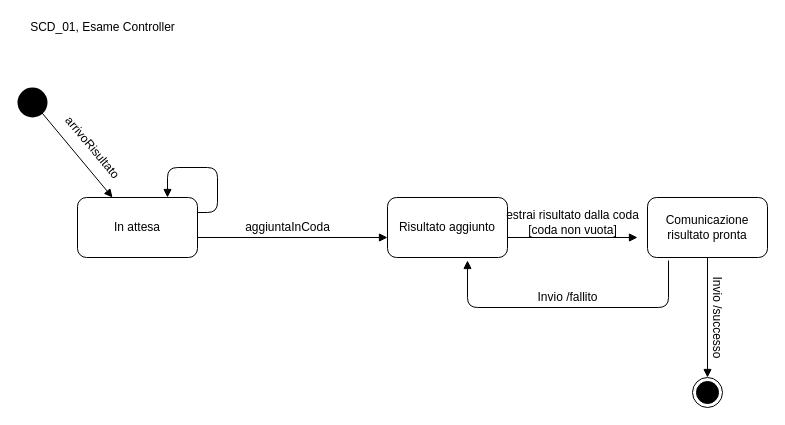
lorycris99/Team-HILO keeps this draw.io diagram as page "RisultatiController" (1 of 4) of Diagrammi/Statechart Diagram.drawio. Above is the earlier version. Source tidied: cells renumbered, new cells numbered last; positions are measured from the earlier drawing's top-left corner, leaving out a move shared by most shapes. Both pictures are drawn from the tidied source at 100%, with x=0, y=0 at pixel (17, 17).
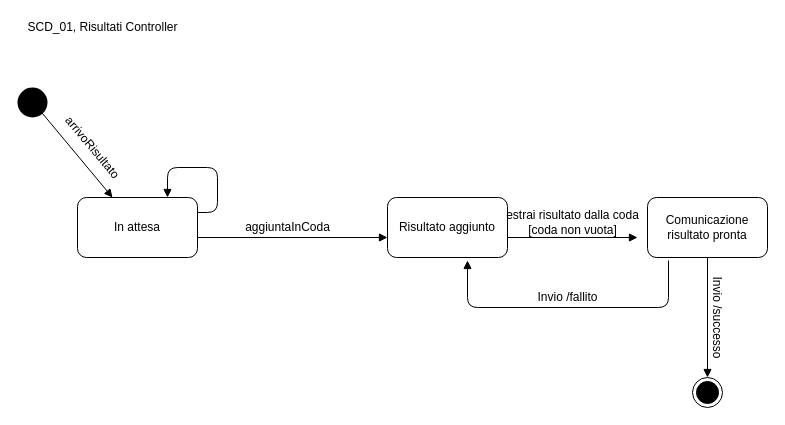
After the change.

The edit, as a diff of the source:
```diff
@@
-    <mxCell id="2" value="SCD_01, Esame Controller" style="text;html=1;align=center;verticalAlign=middle;" parent="1" vertex="1">
-      <mxGeometry x="5" width="160" height="20" as="geometry" />
+    <mxCell id="2" value="SCD_01, Risultati Controller" style="text;html=1;align=center;verticalAlign=middle;" parent="1" vertex="1">
+      <mxGeometry width="170" height="20" as="geometry" />
     </mxCell>
```
